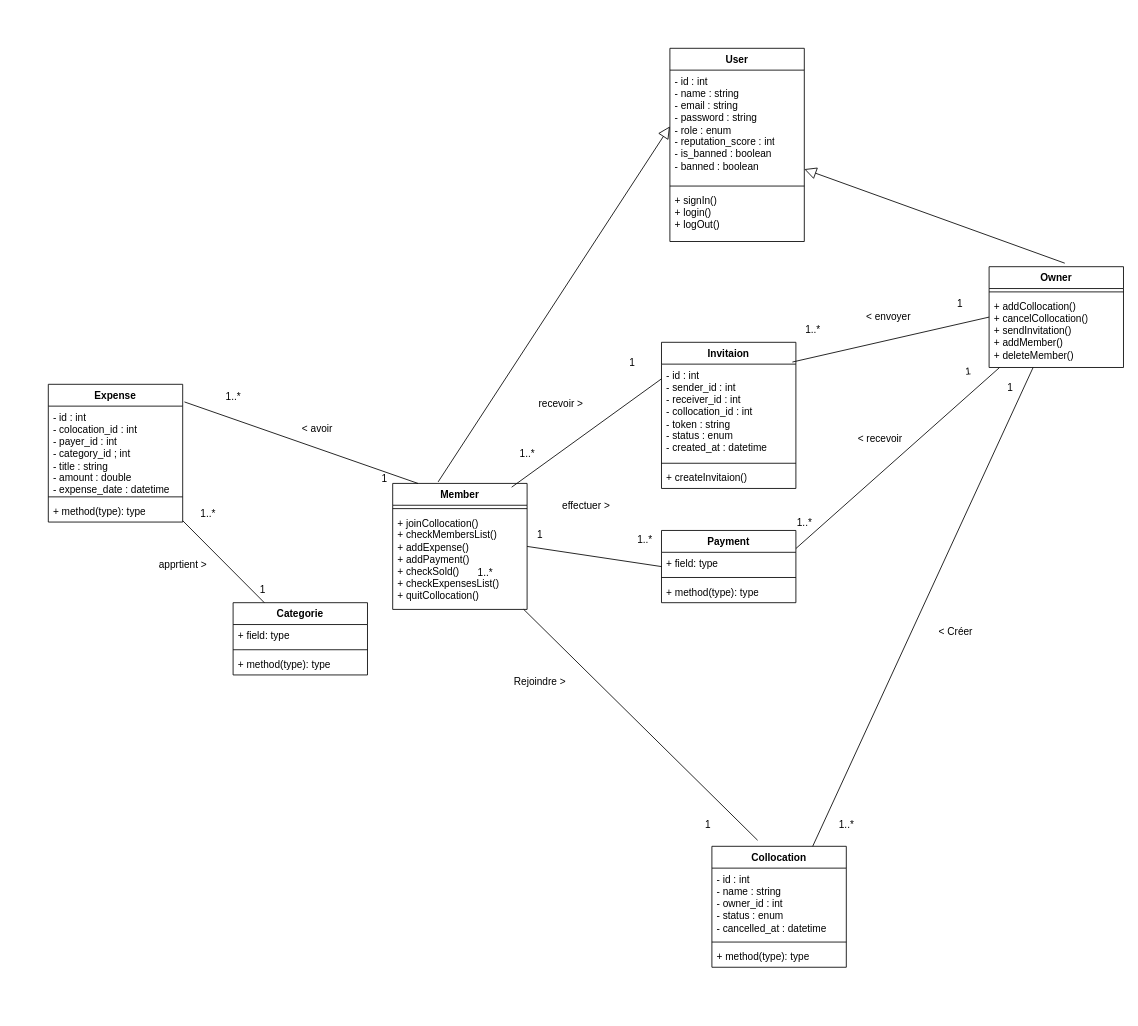
This is UML/ClassDiagram.drawio from mo24ali/easycoloc, a draw.io file, before an edit. Source tidied: cells renumbered, new cells numbered last; positions are measured from the earlier drawing's top-left corner, leaving out a move shared by most shapes. Both pictures are drawn from the tidied source at 84%, with x=0, y=0 at pixel (48, 48).
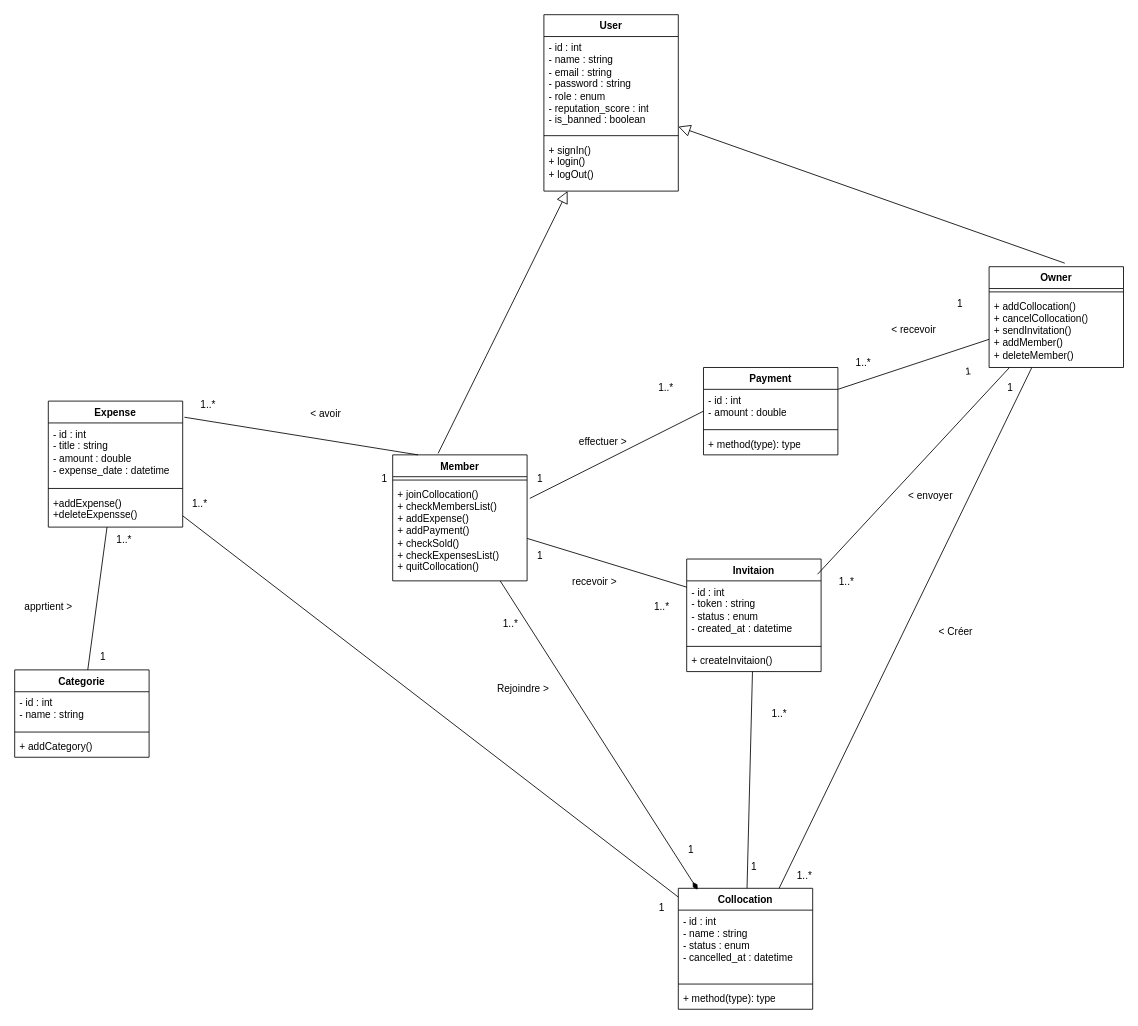
Above is the later version.

Commit message:
modified the class diagram

The change refers to these unchanged cells:
```xml
<mxCell id="8" value="+ joinCollocation()&lt;div&gt;+ checkMembersList()&lt;/div&gt;&lt;div&gt;+ addExpense()&lt;/div&gt;&lt;div&gt;+ addPayment()&lt;/div&gt;&lt;div&gt;+ checkSold()&lt;/div&gt;&lt;div&gt;+ checkExpensesList()&lt;/div&gt;&lt;div&gt;+ quitCollocation()&lt;/div&gt;" style="text;strokeColor=none;fillColor=none;align=left;verticalAlign=top;spacingLeft=4;spacingRight=4;overflow=hidden;points=[[0,0.5],[1,0.5]];portConstraint=eastwest;whiteSpace=wrap;html=1;" parent="6" vertex="1">
  <mxGeometry y="34" width="160" height="116" as="geometry" />
</mxCell>
<mxCell id="9" value="Owner" style="swimlane;fontStyle=1;align=center;verticalAlign=top;horizontal=1;startSize=26;whiteSpace=wrap;html=1;" parent="1" vertex="1">
  <mxGeometry x="1120" y="260" width="160" height="120" as="geometry" />
</mxCell>
```

Diff of the diagram source:
```diff
@@
     <mxCell id="2" value="User" style="swimlane;fontStyle=1;align=center;verticalAlign=top;horizontal=1;startSize=26;whiteSpace=wrap;html=1;" parent="1" vertex="1">
-      <mxGeometry x="740" width="160" height="230" as="geometry" />
+      <mxGeometry x="590" y="-40" width="160" height="210" as="geometry" />
     </mxCell>
-    <mxCell id="3" value="- id : int&lt;div&gt;- name : string&lt;/div&gt;&lt;div&gt;- email : string&lt;/div&gt;&lt;div&gt;- password : string&lt;/div&gt;&lt;div&gt;- role : enum&lt;/div&gt;&lt;div&gt;- reputation_score : int&lt;/div&gt;&lt;div&gt;- is_banned : boolean&lt;/div&gt;&lt;div&gt;- banned : boolean&lt;/div&gt;&lt;div&gt;&lt;br&gt;&lt;/div&gt;" style="text;strokeColor=none;fillColor=none;align=left;verticalAlign=top;spacingLeft=4;spacingRight=4;overflow=hidden;points=[[0,0.5],[1,0.5]];portConstraint=eastwest;whiteSpace=wrap;html=1;" parent="2" vertex="1">
-      <mxGeometry y="26" width="160" height="134" as="geometry" />
+    <mxCell id="3" value="- id : int&lt;div&gt;- name : string&lt;/div&gt;&lt;div&gt;- email : string&lt;/div&gt;&lt;div&gt;- password : string&lt;/div&gt;&lt;div&gt;- role : enum&lt;/div&gt;&lt;div&gt;- reputation_score : int&lt;/div&gt;&lt;div&gt;- is_banned : boolean&lt;/div&gt;" style="text;strokeColor=none;fillColor=none;align=left;verticalAlign=top;spacingLeft=4;spacingRight=4;overflow=hidden;points=[[0,0.5],[1,0.5]];portConstraint=eastwest;whiteSpace=wrap;html=1;" parent="2" vertex="1">
+      <mxGeometry y="26" width="160" height="114" as="geometry" />
     </mxCell>
     <mxCell id="4" style="line;strokeWidth=1;fillColor=none;align=left;verticalAlign=middle;spacingTop=-1;spacingLeft=3;spacingRight=3;labelPosition=right;strokeColor=inherit;" parent="2" vertex="1">
-      <mxGeometry y="160" width="160" height="8" as="geometry" />
+      <mxGeometry y="140" width="160" height="8" as="geometry" />
     </mxCell>
     <mxCell id="5" value="+ signIn()&lt;div&gt;+ login()&lt;/div&gt;&lt;div&gt;+ logOut()&lt;/div&gt;" style="text;strokeColor=none;fillColor=none;align=left;verticalAlign=top;spacingLeft=4;spacingRight=4;overflow=hidden;whiteSpace=wrap;html=1;" parent="2" vertex="1">
-      <mxGeometry y="168" width="160" height="62" as="geometry" />
+      <mxGeometry y="148" width="160" height="62" as="geometry" />
     </mxCell>
     <mxCell id="6" value="Member" style="swimlane;fontStyle=1;align=center;verticalAlign=top;horizontal=1;startSize=26;whiteSpace=wrap;html=1;" parent="1" vertex="1">
-      <mxGeometry x="410" y="518" width="160" height="150" as="geometry" />
+      <mxGeometry x="410" y="484" width="160" height="150" as="geometry" />
     </mxCell>
@@
-    <mxCell id="12" style="edgeStyle=none;html=1;endArrow=block;endFill=0;endSize=12;verticalAlign=bottom;exitX=0.338;exitY=-0.012;exitDx=0;exitDy=0;exitPerimeter=0;entryX=0;entryY=0.5;entryDx=0;entryDy=0;" parent="1" edge="1" source="6" target="3">
+    <mxCell id="12" style="edgeStyle=none;html=1;endArrow=block;endFill=0;endSize=12;verticalAlign=bottom;exitX=0.338;exitY=-0.012;exitDx=0;exitDy=0;exitPerimeter=0;" parent="1" edge="1" source="6" target="2">
       <mxGeometry relative="1" as="geometry" />
     </mxCell>
@@
     <mxCell id="14" value="Expense" style="swimlane;fontStyle=1;align=center;verticalAlign=top;horizontal=1;startSize=26;whiteSpace=wrap;html=1;" parent="1" vertex="1">
-      <mxGeometry y="400" width="160" height="164" as="geometry" />
+      <mxGeometry y="420" width="160" height="150" as="geometry" />
     </mxCell>
-    <mxCell id="15" value="- id : int&lt;div&gt;- colocation_id : int&lt;/div&gt;&lt;div&gt;- payer_id : int&lt;/div&gt;&lt;div&gt;- category_id ; int&lt;/div&gt;&lt;div&gt;- title : string&lt;/div&gt;&lt;div&gt;- amount : double&lt;/div&gt;&lt;div&gt;- expense_date : datetime&lt;/div&gt;" style="text;strokeColor=none;fillColor=none;align=left;verticalAlign=top;spacingLeft=4;spacingRight=4;overflow=hidden;whiteSpace=wrap;html=1;" parent="14" vertex="1">
-      <mxGeometry y="26" width="160" height="104" as="geometry" />
+    <mxCell id="15" value="- id : int&lt;div&gt;- title : string&lt;/div&gt;&lt;div&gt;- amount : double&lt;/div&gt;&lt;div&gt;- expense_date : datetime&lt;/div&gt;" style="text;strokeColor=none;fillColor=none;align=left;verticalAlign=top;spacingLeft=4;spacingRight=4;overflow=hidden;whiteSpace=wrap;html=1;" parent="14" vertex="1">
+      <mxGeometry y="26" width="160" height="74" as="geometry" />
     </mxCell>
     <mxCell id="16" style="line;strokeWidth=1;fillColor=none;align=left;verticalAlign=middle;spacingTop=-1;spacingLeft=3;spacingRight=3;labelPosition=right;strokeColor=inherit;" parent="14" vertex="1">
-      <mxGeometry y="130" width="160" height="8" as="geometry" />
+      <mxGeometry y="100" width="160" height="8" as="geometry" />
     </mxCell>
-    <mxCell id="17" value="+ method(type): type" style="text;strokeColor=none;fillColor=none;align=left;verticalAlign=top;spacingLeft=4;spacingRight=4;overflow=hidden;whiteSpace=wrap;html=1;" parent="14" vertex="1">
-      <mxGeometry y="138" width="160" height="26" as="geometry" />
+    <mxCell id="17" value="+addExpense()&lt;div&gt;+deleteExpensse()&lt;/div&gt;" style="text;strokeColor=none;fillColor=none;align=left;verticalAlign=top;spacingLeft=4;spacingRight=4;overflow=hidden;whiteSpace=wrap;html=1;" parent="14" vertex="1">
+      <mxGeometry y="108" width="160" height="42" as="geometry" />
     </mxCell>
     <mxCell id="18" value="Collocation" style="swimlane;fontStyle=1;align=center;verticalAlign=top;horizontal=1;startSize=26;whiteSpace=wrap;html=1;" parent="1" vertex="1">
-      <mxGeometry x="790" y="950" width="160" height="144" as="geometry" />
+      <mxGeometry x="750" y="1000" width="160" height="144" as="geometry" />
     </mxCell>
-    <mxCell id="19" value="- id : int&lt;div&gt;- name : string&lt;/div&gt;&lt;div&gt;- owner_id : int&lt;/div&gt;&lt;div&gt;- status : enum&lt;/div&gt;&lt;div&gt;- cancelled_at : datetime&lt;/div&gt;" style="text;strokeColor=none;fillColor=none;align=left;verticalAlign=top;spacingLeft=4;spacingRight=4;overflow=hidden;whiteSpace=wrap;html=1;" parent="18" vertex="1">
+    <mxCell id="19" value="- id : int&lt;div&gt;- name : string&lt;/div&gt;&lt;div&gt;- status : enum&lt;/div&gt;&lt;div&gt;- cancelled_at : datetime&lt;/div&gt;" style="text;strokeColor=none;fillColor=none;align=left;verticalAlign=top;spacingLeft=4;spacingRight=4;overflow=hidden;whiteSpace=wrap;html=1;" parent="18" vertex="1">
       <mxGeometry y="26" width="160" height="84" as="geometry" />
     </mxCell>
@@
     <mxCell id="24" value="Rejoindre &amp;gt;" style="text;html=1;align=center;verticalAlign=middle;strokeColor=none;fillColor=none;" parent="1" vertex="1">
-      <mxGeometry x="540" y="740" width="90" height="30" as="geometry" />
+      <mxGeometry x="520" y="748" width="90" height="30" as="geometry" />
     </mxCell>
     <mxCell id="25" value="Invitaion" style="swimlane;fontStyle=1;align=center;verticalAlign=top;horizontal=1;startSize=26;whiteSpace=wrap;html=1;" parent="1" vertex="1">
-      <mxGeometry x="730" y="350" width="160" height="174" as="geometry" />
+      <mxGeometry x="760" y="608" width="160" height="134" as="geometry" />
     </mxCell>
-    <mxCell id="26" value="- id : int&lt;div&gt;- sender_id : int&lt;/div&gt;&lt;div&gt;- receiver_id : int&lt;/div&gt;&lt;div&gt;- collocation_id : int&lt;/div&gt;&lt;div&gt;- token : string&lt;/div&gt;&lt;div&gt;- status : enum&lt;/div&gt;&lt;div&gt;- created_at : datetime&lt;/div&gt;" style="text;strokeColor=none;fillColor=none;align=left;verticalAlign=top;spacingLeft=4;spacingRight=4;overflow=hidden;whiteSpace=wrap;html=1;" parent="25" vertex="1">
-      <mxGeometry y="26" width="160" height="114" as="geometry" />
+    <mxCell id="26" value="- id : int&lt;div&gt;- token : string&lt;/div&gt;&lt;div&gt;- status : enum&lt;/div&gt;&lt;div&gt;- created_at : datetime&lt;/div&gt;" style="text;strokeColor=none;fillColor=none;align=left;verticalAlign=top;spacingLeft=4;spacingRight=4;overflow=hidden;whiteSpace=wrap;html=1;" parent="25" vertex="1">
+      <mxGeometry y="26" width="160" height="74" as="geometry" />
     </mxCell>
     <mxCell id="27" style="line;strokeWidth=1;fillColor=none;align=left;verticalAlign=middle;spacingTop=-1;spacingLeft=3;spacingRight=3;labelPosition=right;strokeColor=inherit;" parent="25" vertex="1">
-      <mxGeometry y="140" width="160" height="8" as="geometry" />
+      <mxGeometry y="100" width="160" height="8" as="geometry" />
     </mxCell>
     <mxCell id="28" value="+ createInvitaion()" style="text;strokeColor=none;fillColor=none;align=left;verticalAlign=top;spacingLeft=4;spacingRight=4;overflow=hidden;whiteSpace=wrap;html=1;" parent="25" vertex="1">
-      <mxGeometry y="148" width="160" height="26" as="geometry" />
+      <mxGeometry y="108" width="160" height="26" as="geometry" />
     </mxCell>
-    <mxCell id="29" style="edgeStyle=none;html=1;endArrow=none;verticalAlign=bottom;entryX=0.34;entryY=-0.05;entryDx=0;entryDy=0;entryPerimeter=0;" parent="1" edge="1" source="6" target="18">
-      <mxGeometry relative="1" as="geometry" />
-    </mxCell>
@@
     <mxCell id="31" value="1..*" style="text;html=1;align=center;verticalAlign=middle;strokeColor=none;fillColor=none;" parent="1" vertex="1">
-      <mxGeometry x="200" y="400" width="40" height="30" as="geometry" />
+      <mxGeometry x="170" y="410" width="40" height="30" as="geometry" />
     </mxCell>
     <mxCell id="32" value="Categorie" style="swimlane;fontStyle=1;align=center;verticalAlign=top;horizontal=1;startSize=26;whiteSpace=wrap;html=1;" parent="1" vertex="1">
-      <mxGeometry x="220" y="660" width="160" height="86" as="geometry" />
+      <mxGeometry x="-40" y="740" width="160" height="104" as="geometry" />
     </mxCell>
-    <mxCell id="33" value="+ field: type" style="text;strokeColor=none;fillColor=none;align=left;verticalAlign=top;spacingLeft=4;spacingRight=4;overflow=hidden;whiteSpace=wrap;html=1;" parent="32" vertex="1">
-      <mxGeometry y="26" width="160" height="26" as="geometry" />
+    <mxCell id="33" value="- id : int&lt;div&gt;- name : string&lt;/div&gt;" style="text;strokeColor=none;fillColor=none;align=left;verticalAlign=top;spacingLeft=4;spacingRight=4;overflow=hidden;whiteSpace=wrap;html=1;" parent="32" vertex="1">
+      <mxGeometry y="26" width="160" height="44" as="geometry" />
     </mxCell>
     <mxCell id="34" style="line;strokeWidth=1;fillColor=none;align=left;verticalAlign=middle;spacingTop=-1;spacingLeft=3;spacingRight=3;labelPosition=right;strokeColor=inherit;" parent="32" vertex="1">
-      <mxGeometry y="52" width="160" height="8" as="geometry" />
+      <mxGeometry y="70" width="160" height="8" as="geometry" />
     </mxCell>
-    <mxCell id="35" value="+ method(type): type" style="text;strokeColor=none;fillColor=none;align=left;verticalAlign=top;spacingLeft=4;spacingRight=4;overflow=hidden;whiteSpace=wrap;html=1;" parent="32" vertex="1">
-      <mxGeometry y="60" width="160" height="26" as="geometry" />
+    <mxCell id="35" value="+ addCategory()" style="text;strokeColor=none;fillColor=none;align=left;verticalAlign=top;spacingLeft=4;spacingRight=4;overflow=hidden;whiteSpace=wrap;html=1;" parent="32" vertex="1">
+      <mxGeometry y="78" width="160" height="26" as="geometry" />
     </mxCell>
@@
     <mxCell id="38" value="1..*" style="text;html=1;align=center;verticalAlign=middle;strokeColor=none;fillColor=none;" parent="1" vertex="1">
-      <mxGeometry x="170" y="540" width="40" height="30" as="geometry" />
+      <mxGeometry x="70" y="570" width="40" height="30" as="geometry" />
     </mxCell>
     <mxCell id="39" value="1" style="text;html=1;align=center;verticalAlign=middle;strokeColor=none;fillColor=none;" parent="1" vertex="1">
-      <mxGeometry x="240" y="630" width="30" height="30" as="geometry" />
+      <mxGeometry x="50" y="710" width="30" height="30" as="geometry" />
     </mxCell>
     <mxCell id="40" value="Payment" style="swimlane;fontStyle=1;align=center;verticalAlign=top;horizontal=1;startSize=26;whiteSpace=wrap;html=1;" parent="1" vertex="1">
-      <mxGeometry x="730" y="574" width="160" height="86" as="geometry" />
+      <mxGeometry x="780" y="380" width="160" height="104" as="geometry" />
     </mxCell>
-    <mxCell id="41" value="+ field: type" style="text;strokeColor=none;fillColor=none;align=left;verticalAlign=top;spacingLeft=4;spacingRight=4;overflow=hidden;whiteSpace=wrap;html=1;" parent="40" vertex="1">
-      <mxGeometry y="26" width="160" height="26" as="geometry" />
+    <mxCell id="41" value="- id : int&lt;div&gt;- amount : double&lt;/div&gt;&lt;div&gt;&lt;br&gt;&lt;/div&gt;" style="text;strokeColor=none;fillColor=none;align=left;verticalAlign=top;spacingLeft=4;spacingRight=4;overflow=hidden;whiteSpace=wrap;html=1;" parent="40" vertex="1">
+      <mxGeometry y="26" width="160" height="44" as="geometry" />
     </mxCell>
     <mxCell id="42" style="line;strokeWidth=1;fillColor=none;align=left;verticalAlign=middle;spacingTop=-1;spacingLeft=3;spacingRight=3;labelPosition=right;strokeColor=inherit;" parent="40" vertex="1">
-      <mxGeometry y="52" width="160" height="8" as="geometry" />
+      <mxGeometry y="70" width="160" height="8" as="geometry" />
     </mxCell>
     <mxCell id="43" value="+ method(type): type" style="text;strokeColor=none;fillColor=none;align=left;verticalAlign=top;spacingLeft=4;spacingRight=4;overflow=hidden;whiteSpace=wrap;html=1;" parent="40" vertex="1">
-      <mxGeometry y="60" width="160" height="26" as="geometry" />
+      <mxGeometry y="78" width="160" height="26" as="geometry" />
     </mxCell>
-    <mxCell id="44" style="edgeStyle=none;html=1;endArrow=none;verticalAlign=bottom;exitX=0.885;exitY=0.03;exitDx=0;exitDy=0;exitPerimeter=0;entryX=0;entryY=0.25;entryDx=0;entryDy=0;" parent="1" edge="1" source="6" target="25">
+    <mxCell id="44" style="edgeStyle=none;html=1;endArrow=none;verticalAlign=bottom;entryX=0;entryY=0.25;entryDx=0;entryDy=0;" parent="1" edge="1" source="6" target="25">
       <mxGeometry relative="1" as="geometry" />
     </mxCell>
-    <mxCell id="45" style="edgeStyle=none;html=1;endArrow=none;verticalAlign=bottom;exitX=0.974;exitY=0.135;exitDx=0;exitDy=0;exitPerimeter=0;entryX=0;entryY=0.5;entryDx=0;entryDy=0;" parent="1" edge="1" source="25" target="9">
+    <mxCell id="45" style="edgeStyle=none;html=1;endArrow=none;verticalAlign=bottom;exitX=0.974;exitY=0.135;exitDx=0;exitDy=0;exitPerimeter=0;" parent="1" edge="1" source="25" target="9">
       <mxGeometry relative="1" as="geometry" />
     </mxCell>
-    <mxCell id="46" style="edgeStyle=none;html=1;endArrow=none;verticalAlign=bottom;entryX=0;entryY=0.5;entryDx=0;entryDy=0;exitX=1;exitY=0.5;exitDx=0;exitDy=0;" parent="1" edge="1" source="6" target="40">
+    <mxCell id="46" style="edgeStyle=none;html=1;endArrow=none;verticalAlign=bottom;entryX=0;entryY=0.5;entryDx=0;entryDy=0;exitX=1.02;exitY=0.154;exitDx=0;exitDy=0;exitPerimeter=0;" parent="1" edge="1" source="8" target="40">
       <mxGeometry relative="1" as="geometry" />
     </mxCell>
     <mxCell id="47" value="&amp;lt; recevoir" style="text;html=1;align=center;verticalAlign=middle;strokeColor=none;fillColor=none;" parent="1" vertex="1">
-      <mxGeometry x="950" y="450" width="80" height="30" as="geometry" />
+      <mxGeometry x="990" y="320" width="80" height="30" as="geometry" />
     </mxCell>
@@
     <mxCell id="49" value="effectuer &amp;gt;" style="text;html=1;align=center;verticalAlign=middle;strokeColor=none;fillColor=none;" parent="1" vertex="1">
-      <mxGeometry x="600" y="530" width="80" height="30" as="geometry" />
+      <mxGeometry x="620" y="454" width="80" height="30" as="geometry" />
     </mxCell>
     <mxCell id="50" value="&amp;lt; envoyer" style="text;html=1;align=center;verticalAlign=middle;strokeColor=none;fillColor=none;" parent="1" vertex="1">
-      <mxGeometry x="960" y="305" width="80" height="30" as="geometry" />
+      <mxGeometry x="1010" y="518" width="80" height="30" as="geometry" />
     </mxCell>
     <mxCell id="51" value="recevoir &amp;gt;" style="text;html=1;align=center;verticalAlign=middle;strokeColor=none;fillColor=none;" parent="1" vertex="1">
-      <mxGeometry x="570" y="408" width="80" height="30" as="geometry" />
+      <mxGeometry x="610" y="620" width="80" height="30" as="geometry" />
     </mxCell>
     <mxCell id="52" value="&amp;lt; avoir" style="text;html=1;align=center;verticalAlign=middle;strokeColor=none;fillColor=none;" parent="1" vertex="1">
-      <mxGeometry x="290" y="438" width="60" height="30" as="geometry" />
+      <mxGeometry x="300" y="420" width="60" height="30" as="geometry" />
     </mxCell>
     <mxCell id="53" value="apprtient &amp;gt;" style="text;html=1;align=center;verticalAlign=middle;strokeColor=none;fillColor=none;" parent="1" vertex="1">
-      <mxGeometry x="120" y="600" width="80" height="30" as="geometry" />
+      <mxGeometry x="-40" y="650" width="80" height="30" as="geometry" />
     </mxCell>
     <mxCell id="54" value="1..*" style="text;html=1;align=center;verticalAlign=middle;strokeColor=none;fillColor=none;" parent="1" vertex="1">
-      <mxGeometry x="690" y="570" width="40" height="30" as="geometry" />
+      <mxGeometry x="710" y="650" width="40" height="30" as="geometry" />
     </mxCell>
     <mxCell id="55" value="1" style="text;html=1;align=center;verticalAlign=middle;strokeColor=none;fillColor=none;" parent="1" vertex="1">
-      <mxGeometry x="570" y="564" width="30" height="30" as="geometry" />
+      <mxGeometry x="570" y="590" width="30" height="30" as="geometry" />
     </mxCell>
     <mxCell id="56" value="1..*" style="text;html=1;align=center;verticalAlign=middle;strokeColor=none;fillColor=none;" parent="1" vertex="1">
-      <mxGeometry x="880" y="550" width="40" height="30" as="geometry" />
+      <mxGeometry x="930" y="620" width="40" height="30" as="geometry" />
     </mxCell>
@@
     <mxCell id="58" value="1..*" style="text;html=1;align=center;verticalAlign=middle;strokeColor=none;fillColor=none;" parent="1" vertex="1">
-      <mxGeometry x="890" y="320" width="40" height="30" as="geometry" />
+      <mxGeometry x="950" y="360" width="40" height="30" as="geometry" />
     </mxCell>
@@
-    <mxCell id="60" value="1" style="text;html=1;align=center;verticalAlign=middle;strokeColor=none;fillColor=none;" parent="1" vertex="1">
-      <mxGeometry x="680" y="360" width="30" height="30" as="geometry" />
+    <mxCell id="60" value="1..*" style="text;html=1;align=center;verticalAlign=middle;strokeColor=none;fillColor=none;" parent="1" vertex="1">
+      <mxGeometry x="715" y="390" width="40" height="30" as="geometry" />
     </mxCell>
-    <mxCell id="61" value="1..*" style="text;html=1;align=center;verticalAlign=middle;strokeColor=none;fillColor=none;" parent="1" vertex="1">
-      <mxGeometry x="550" y="468" width="40" height="30" as="geometry" />
+    <mxCell id="61" value="1" style="text;html=1;align=center;verticalAlign=middle;strokeColor=none;fillColor=none;" parent="1" vertex="1">
+      <mxGeometry x="570" y="498" width="30" height="30" as="geometry" />
     </mxCell>
@@
     <mxCell id="63" value="1..*" style="text;html=1;align=center;verticalAlign=middle;strokeColor=none;fillColor=none;" parent="1" vertex="1">
-      <mxGeometry x="930" y="910" width="40" height="30" as="geometry" />
+      <mxGeometry x="880" y="970" width="40" height="30" as="geometry" />
     </mxCell>
     <mxCell id="64" value="1" style="text;html=1;align=center;verticalAlign=middle;strokeColor=none;fillColor=none;" parent="1" vertex="1">
-      <mxGeometry x="770" y="910" width="30" height="30" as="geometry" />
+      <mxGeometry x="750" y="940" width="30" height="30" as="geometry" />
     </mxCell>
     <mxCell id="65" value="1..*" style="text;html=1;align=center;verticalAlign=middle;strokeColor=none;fillColor=none;" parent="1" vertex="1">
-      <mxGeometry x="500" y="610" width="40" height="30" as="geometry" />
+      <mxGeometry x="530" y="670" width="40" height="30" as="geometry" />
     </mxCell>
+    <mxCell id="66" style="endArrow=none;startArrow=diamondThin;endFill=0;startFill=1;html=1;verticalAlign=bottom;labelBackgroundColor=none;strokeWidth=1;startSize=8;endSize=8;exitX=0.144;exitY=0.012;exitDx=0;exitDy=0;exitPerimeter=0;" parent="1" edge="1" source="18" target="6">
+      <mxGeometry relative="1" as="geometry" />
+    </mxCell>
+    <mxCell id="67" style="edgeStyle=none;html=1;endArrow=none;verticalAlign=bottom;" parent="1" edge="1" source="25" target="18">
+      <mxGeometry relative="1" as="geometry" />
+    </mxCell>
+    <mxCell id="68" value="1..*" style="text;html=1;align=center;verticalAlign=middle;strokeColor=none;fillColor=none;" parent="1" vertex="1">
+      <mxGeometry x="850" y="778" width="40" height="30" as="geometry" />
+    </mxCell>
+    <mxCell id="69" value="1" style="text;html=1;align=center;verticalAlign=middle;strokeColor=none;fillColor=none;" parent="1" vertex="1">
+      <mxGeometry x="825" y="960" width="30" height="30" as="geometry" />
+    </mxCell>
+    <mxCell id="70" style="edgeStyle=none;html=1;endArrow=none;verticalAlign=bottom;" parent="1" edge="1" source="14" target="18">
+      <mxGeometry relative="1" as="geometry" />
+    </mxCell>
+    <mxCell id="71" value="1..*" style="text;html=1;align=center;verticalAlign=middle;strokeColor=none;fillColor=none;" parent="1" vertex="1">
+      <mxGeometry x="160" y="528" width="40" height="30" as="geometry" />
+    </mxCell>
+    <mxCell id="72" value="1" style="text;html=1;align=center;verticalAlign=middle;strokeColor=none;fillColor=none;" parent="1" vertex="1">
+      <mxGeometry x="715" y="1008" width="30" height="30" as="geometry" />
+    </mxCell>
```
